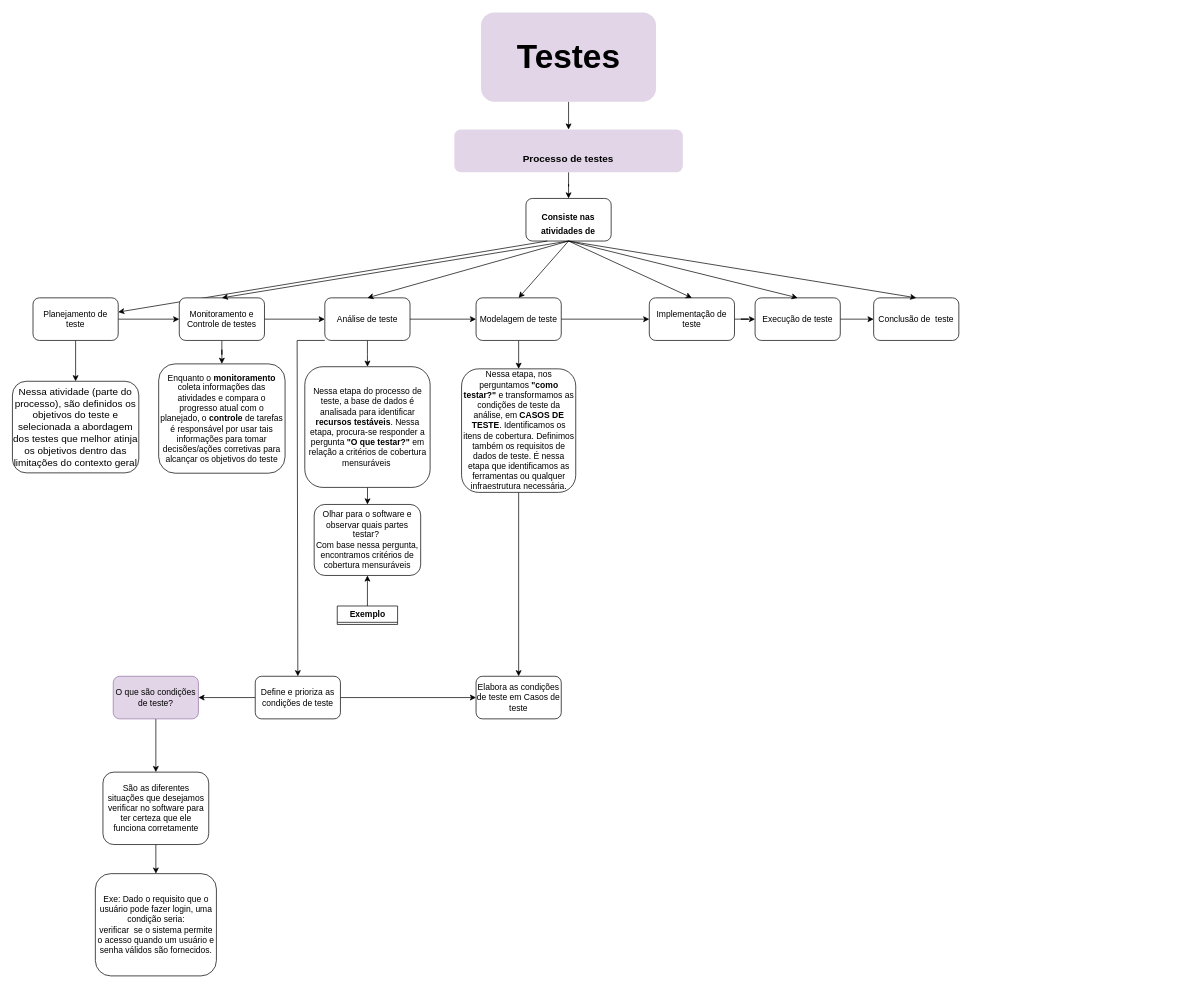
Before: page "Subtopico1.4.1" (9 of 10) of capitulo1.drawio in Natalirodriguess/estudos, a draw.io diagram. Source tidied: cells renumbered, new cells numbered last; positions are measured from the earlier drawing's top-left corner, leaving out a move shared by most shapes. Both pictures are drawn from the tidied source at 71%, with x=0, y=0 at pixel (12, 12).
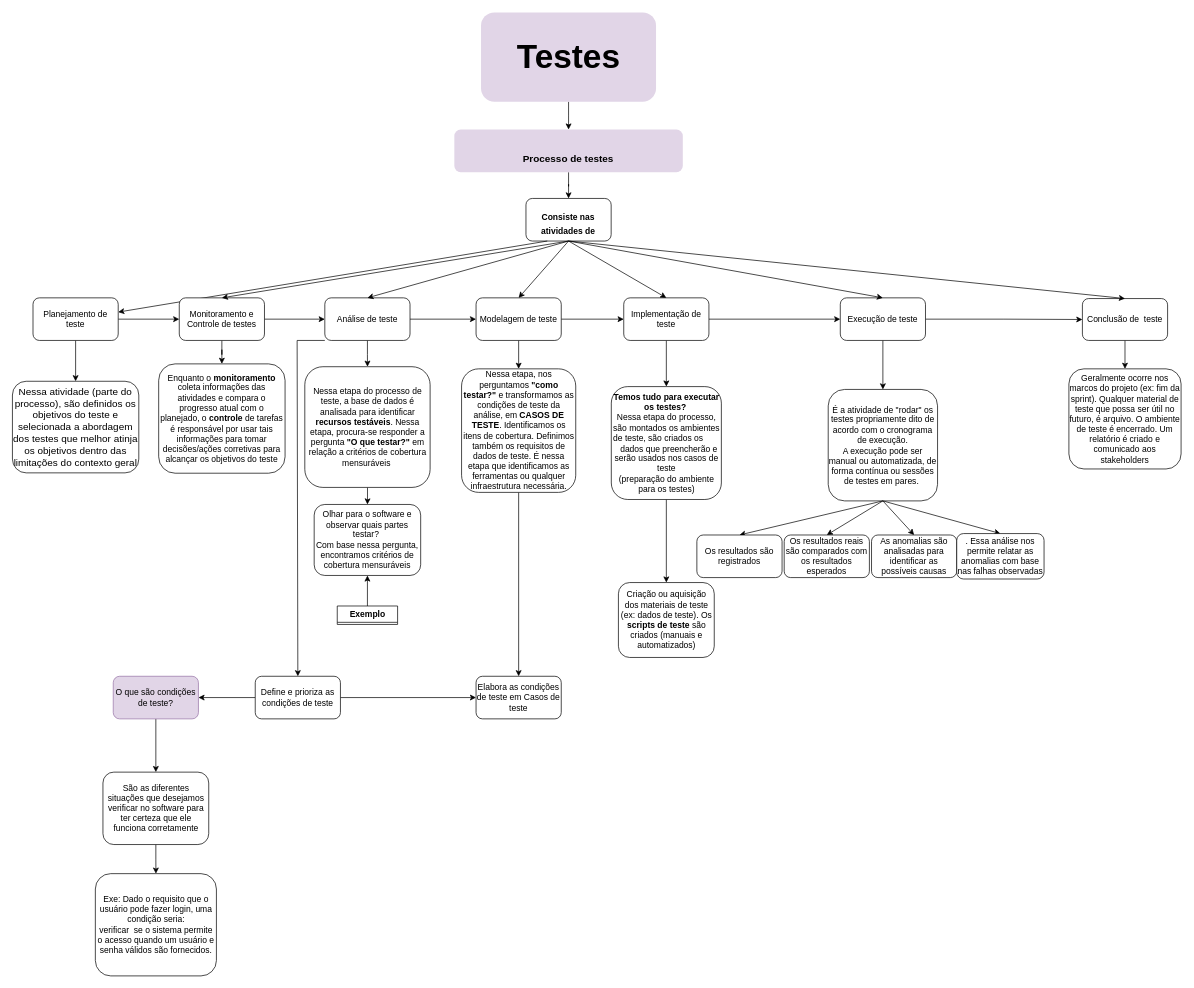
After the change.

Change to the diagram source:
```diff
@@
+    <mxCell id="50" style="edgeStyle=orthogonalEdgeStyle;rounded=0;jettySize=auto;html=1;" parent="1" edge="1" source="25" target="54">
+      <mxGeometry relative="1" as="geometry" />
+    </mxCell>
     <mxCell id="25" value="Implementação de teste" style="whiteSpace=wrap;html=1;rounded=1;" parent="1" vertex="1">
-      <mxGeometry x="897" y="402" width="120" height="60" as="geometry" />
+      <mxGeometry x="861" y="402" width="120" height="60" as="geometry" />
     </mxCell>
@@
+    <mxCell id="51" style="edgeStyle=orthogonalEdgeStyle;rounded=0;jettySize=auto;html=1;" parent="1" edge="1" source="29" target="56">
+      <mxGeometry relative="1" as="geometry" />
+    </mxCell>
     <mxCell id="29" value="Execução de teste" style="whiteSpace=wrap;html=1;rounded=1;" parent="1" vertex="1">
-      <mxGeometry x="1046" y="402" width="120" height="60" as="geometry" />
+      <mxGeometry x="1166" y="402" width="120" height="60" as="geometry" />
     </mxCell>
@@
+    <mxCell id="52" style="edgeStyle=orthogonalEdgeStyle;rounded=0;jettySize=auto;html=1;" parent="1" edge="1" source="31" target="65">
+      <mxGeometry relative="1" as="geometry" />
+    </mxCell>
     <mxCell id="31" value="Conclusão de&amp;nbsp; teste" style="whiteSpace=wrap;html=1;rounded=1;" parent="1" vertex="1">
-      <mxGeometry x="1213" y="402" width="120" height="60" as="geometry" />
+      <mxGeometry x="1507" y="403" width="120" height="59" as="geometry" />
     </mxCell>
@@
+    <mxCell id="53" style="edgeStyle=orthogonalEdgeStyle;rounded=0;jettySize=auto;html=1;" parent="1" edge="1" source="54" target="55">
+      <mxGeometry relative="1" as="geometry" />
+    </mxCell>
+    <mxCell id="54" value="&lt;b&gt;Temos tudo para executar os testes?&amp;nbsp;&lt;/b&gt;&lt;br&gt;Nessa etapa do processo, são montados os ambientes de teste, são criados os&amp;nbsp; &amp;nbsp; &amp;nbsp; &amp;nbsp; &amp;nbsp; dados que preencherão e serão usados nos casos de teste&lt;br&gt;(preparação do ambiente para os testes)" style="whiteSpace=wrap;html=1;rounded=1;" parent="1" vertex="1">
+      <mxGeometry x="843.5" y="527" width="155" height="159" as="geometry" />
+    </mxCell>
+    <mxCell id="55" value="Criação ou aquisição dos materiais de teste (ex: dados de teste). Os &lt;b&gt;scripts de teste&lt;/b&gt; são criados (manuais e automatizados)" style="whiteSpace=wrap;html=1;rounded=1;" parent="1" vertex="1">
+      <mxGeometry x="853.5" y="803" width="135" height="105.5" as="geometry" />
+    </mxCell>
+    <mxCell id="56" value="É a atividade de &quot;rodar&quot; os testes propriamente dito de acordo com o cronograma de execução.&lt;br&gt;A execução pode ser manual ou automatizada, de forma contínua ou sessões de testes em pares.&amp;nbsp;" style="whiteSpace=wrap;html=1;rounded=1;" parent="1" vertex="1">
+      <mxGeometry x="1149" y="531" width="154" height="157" as="geometry" />
+    </mxCell>
+    <mxCell id="57" style="endArrow=classic;html=1;rounded=0;entryX=0.5;entryY=0;entryDx=0;entryDy=0;exitX=0.5;exitY=1;exitDx=0;exitDy=0;" parent="1" edge="1" source="56" target="58">
+      <mxGeometry relative="1" as="geometry" />
+    </mxCell>
+    <mxCell id="58" value="Os resultados são registrados" style="whiteSpace=wrap;html=1;rounded=1;" parent="1" vertex="1">
+      <mxGeometry x="964" y="736" width="120" height="60" as="geometry" />
+    </mxCell>
+    <mxCell id="59" style="endArrow=classic;html=1;rounded=0;entryX=0.5;entryY=0;entryDx=0;entryDy=0;exitX=0.5;exitY=1;exitDx=0;exitDy=0;" parent="1" edge="1" source="56" target="60">
+      <mxGeometry relative="1" as="geometry" />
+    </mxCell>
+    <mxCell id="60" value="Os resultados reais são comparados com os resultados esperados" style="whiteSpace=wrap;html=1;rounded=1;" parent="1" vertex="1">
+      <mxGeometry x="1087" y="736" width="120" height="60" as="geometry" />
+    </mxCell>
+    <mxCell id="61" style="endArrow=classic;html=1;rounded=0;exitX=0.5;exitY=1;exitDx=0;exitDy=0;entryX=0.5;entryY=0;entryDx=0;entryDy=0;" parent="1" edge="1" source="56" target="62">
+      <mxGeometry relative="1" as="geometry" />
+    </mxCell>
+    <mxCell id="62" value="As anomalias são analisadas para identificar as possíveis causas" style="whiteSpace=wrap;html=1;rounded=1;" parent="1" vertex="1">
+      <mxGeometry x="1210" y="736" width="120" height="60" as="geometry" />
+    </mxCell>
+    <mxCell id="63" style="endArrow=classic;html=1;rounded=0;exitX=0.5;exitY=1;exitDx=0;exitDy=0;entryX=0.5;entryY=0;entryDx=0;entryDy=0;" parent="1" edge="1" source="56" target="64">
+      <mxGeometry relative="1" as="geometry" />
+    </mxCell>
+    <mxCell id="64" value=". Essa análise nos permite relatar as &lt;br/&gt;anomalias com base nas falhas observadas" style="whiteSpace=wrap;html=1;rounded=1;" parent="1" vertex="1">
+      <mxGeometry x="1330" y="734" width="123" height="64" as="geometry" />
+    </mxCell>
+    <mxCell id="65" value="Geralmente ocorre nos marcos do projeto (ex: fim da sprint). Qualquer material de teste que possa ser útil no futuro, é arquivo. O ambiente de teste é encerrado. Um relatório é criado e comunicado aos stakeholders" style="whiteSpace=wrap;html=1;rounded=1;" parent="1" vertex="1">
+      <mxGeometry x="1488" y="502" width="158" height="141" as="geometry" />
+    </mxCell>
```
